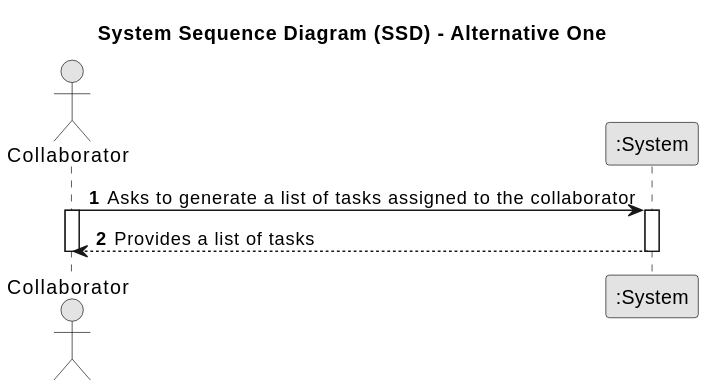
This is docs/sprintC/us028/01.requirements-engineering/svg/us028-system-sequence-diagram-alternative-one-System_Sequence_Diagram__SSD____Alternative_One.svg from SAEmanuel/Green_Spaces_Management_ISEP, a PlantUML export, as it was before one commit.
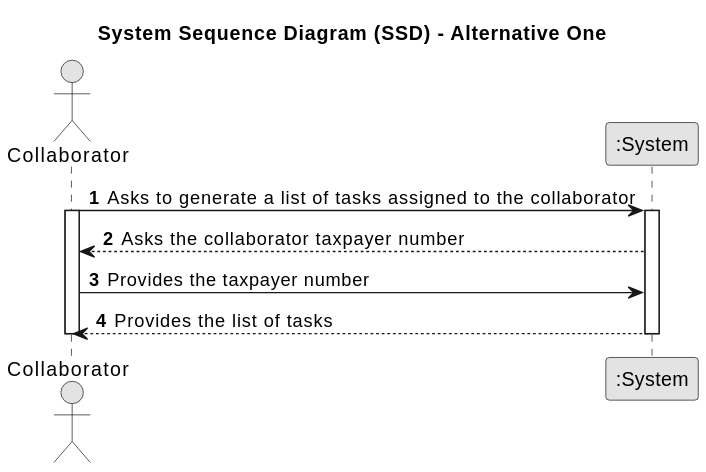
Later version of the same file.

The edit, as a diff of the source:
```diff
@@ -15,7 +15,9 @@
         activate COLLAB
         activate System
 
-        System --> COLLAB : Provides a list of tasks
+        System --> COLLAB : Asks the collaborator taxpayer number
+        COLLAB -> System : Provides the taxpayer number
+        System --> COLLAB: Provides the list of tasks
 
 
         deactivate System
```
